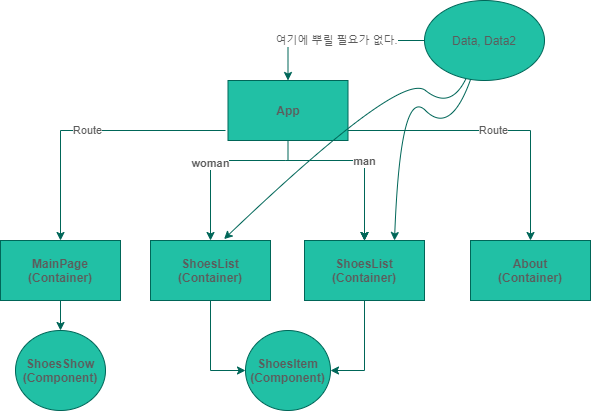
Above: flowchart3.png in MinsoftK/Astronaut-Shop (draw.io), before the change. Source tidied: cells renumbered, new cells last; positions are measured from the earlier drawing's top-left corner, leaving out a move shared by most shapes.
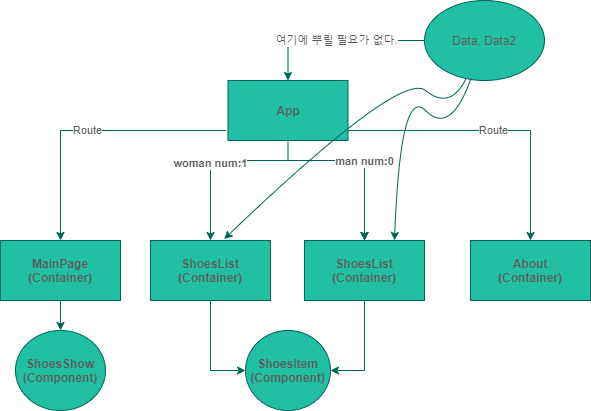
Later version of the same file.

The edit, as a diff of the source:
```diff
@@ -7,7 +7,7 @@
         <mxPoint x="225" y="130" as="sourcePoint" />
       </mxGeometry>
     </mxCell>
-    <mxCell id="3" value="woman" style="edgeStyle=orthogonalEdgeStyle;rounded=0;jettySize=auto;html=1;fontStyle=1;strokeColor=#006658;fontColor=#5C5C5C;" parent="1" edge="1" target="11">
+    <mxCell id="3" value="woman num:1" style="edgeStyle=orthogonalEdgeStyle;rounded=0;jettySize=auto;html=1;fontStyle=1;strokeColor=#006658;fontColor=#5C5C5C;" parent="1" edge="1" target="11">
       <mxGeometry relative="1" as="geometry">
         <mxPoint x="285" y="160" as="sourcePoint" />
       </mxGeometry>
@@ -60,7 +60,7 @@
     <mxCell id="15" value="ShoesList&lt;br&gt;(Container)" style="rounded=0;whiteSpace=wrap;html=1;verticalAlign=middle;fontStyle=1;fillColor=#21C0A5;strokeColor=#006658;fontColor=#5C5C5C;" parent="1" vertex="1">
       <mxGeometry x="304" y="240" width="120" height="60" as="geometry" />
     </mxCell>
-    <mxCell id="16" value="man" style="edgeStyle=orthogonalEdgeStyle;rounded=0;jettySize=auto;html=1;exitX=0.5;exitY=1;exitDx=0;exitDy=0;entryX=0.5;entryY=0;entryDx=0;entryDy=0;fontStyle=1;strokeColor=#006658;fontColor=#5C5C5C;" parent="1" edge="1" target="15">
+    <mxCell id="16" value="man num:0" style="edgeStyle=orthogonalEdgeStyle;rounded=0;jettySize=auto;html=1;exitX=0.5;exitY=1;exitDx=0;exitDy=0;entryX=0.5;entryY=0;entryDx=0;entryDy=0;fontStyle=1;strokeColor=#006658;fontColor=#5C5C5C;" parent="1" edge="1" target="15">
       <mxGeometry relative="1" as="geometry">
         <mxPoint x="285" y="160" as="sourcePoint" />
       </mxGeometry>
```
